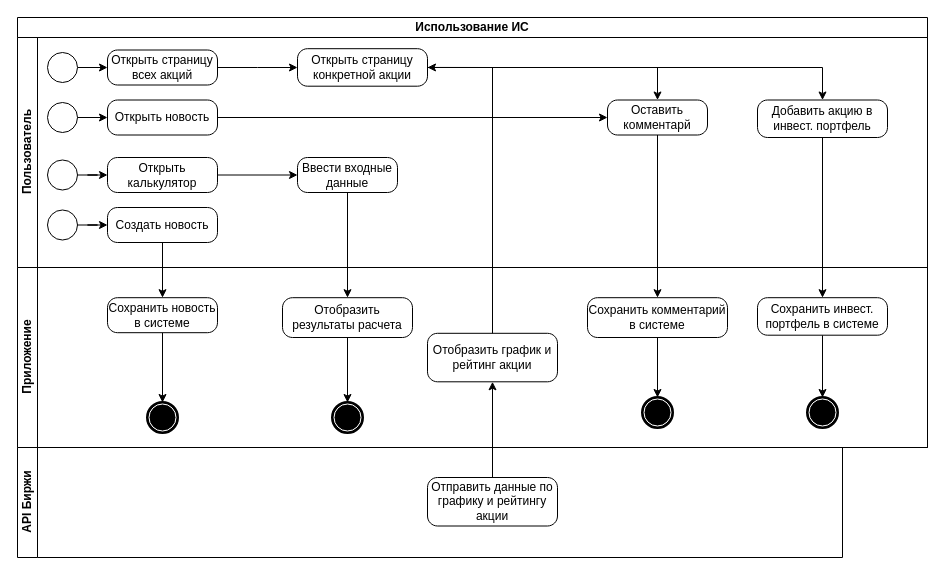
Above: BPMN.drawio in epsil0n66/ProjectMethodsSlanina (draw.io), before the change. Source tidied: cells renumbered, new cells numbered last; positions are measured from the earlier drawing's top-left corner, leaving out a move shared by most shapes. Both pictures are drawn from the tidied source at 100%, with x=0, y=0 at pixel (17, 17).
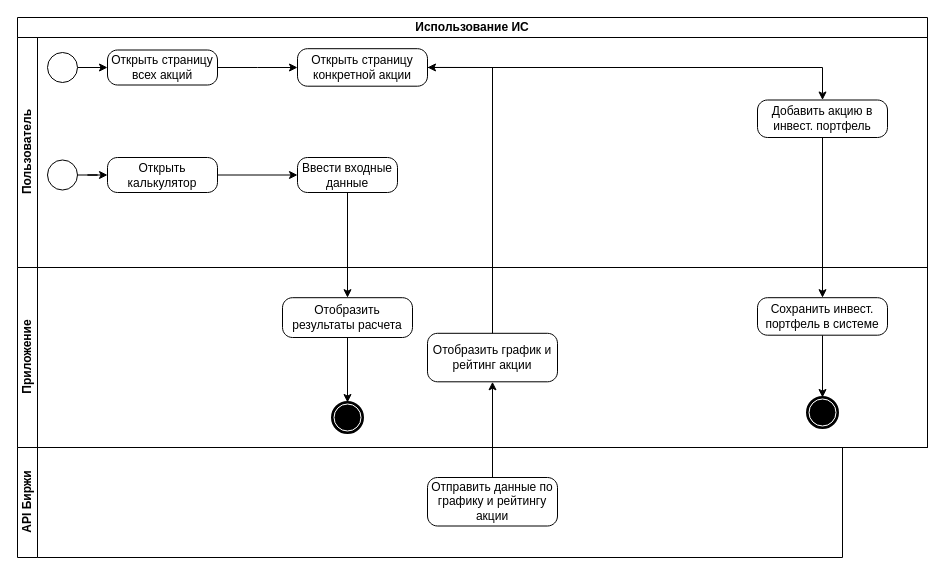
After the change.

The change refers to these unchanged cells:
```xml
<mxCell id="2" value="Использование ИС" style="swimlane;html=1;horizontal=1;startSize=20;whiteSpace=wrap;" parent="1" vertex="1">
  <mxGeometry width="910" height="430" as="geometry" />
</mxCell>
<mxCell id="3" value="Пользователь" style="swimlane;html=1;startSize=20;horizontal=0;" parent="2" vertex="1">
  <mxGeometry y="20" width="910" height="230" as="geometry" />
</mxCell>
<mxCell id="18" value="Открыть страницу конкретной акции" style="points=[[0.25,0,0],[0.5,0,0],[0.75,0,0],[1,0.25,0],[1,0.5,0],[1,0.75,0],[0.75,1,0],[0.5,1,0],[0.25,1,0],[0,0.75,0],[0,0.5,0],[0,0.25,0]];shape=mxgraph.bpmn.task;whiteSpace=wrap;rectStyle=rounded;size=10;html=1;taskMarker=abstract;" parent="3" vertex="1">
  <mxGeometry x="280" y="11.2" width="130" height="37.5" as="geometry" />
</mxCell>
<mxCell id="25" value="Приложение" style="swimlane;html=1;startSize=20;horizontal=0;" parent="2" vertex="1">
  <mxGeometry y="250" width="910" height="180" as="geometry" />
</mxCell>
```

Diff of the diagram source:
```diff
@@
-    <mxCell id="8" style="points=[[0.145,0.145,0],[0.5,0,0],[0.855,0.145,0],[1,0.5,0],[0.855,0.855,0],[0.5,1,0],[0.145,0.855,0],[0,0.5,0]];shape=mxgraph.bpmn.event;html=1;verticalLabelPosition=bottom;labelBackgroundColor=#ffffff;verticalAlign=top;align=center;perimeter=ellipsePerimeter;outlineConnect=0;outline=standard;symbol=general;" parent="3" vertex="1">
-      <mxGeometry x="30" y="65" width="30" height="30" as="geometry" />
-    </mxCell>
-    <mxCell id="9" style="edgeStyle=orthogonalEdgeStyle;rounded=0;jettySize=auto;html=1;" parent="3" edge="1" source="10" target="20">
-      <mxGeometry relative="1" as="geometry" />
-    </mxCell>
-    <mxCell id="10" value="Открыть новость" style="points=[[0.25,0,0],[0.5,0,0],[0.75,0,0],[1,0.25,0],[1,0.5,0],[1,0.75,0],[0.75,1,0],[0.5,1,0],[0.25,1,0],[0,0.75,0],[0,0.5,0],[0,0.25,0]];shape=mxgraph.bpmn.task;whiteSpace=wrap;rectStyle=rounded;size=10;html=1;taskMarker=abstract;" parent="3" vertex="1">
-      <mxGeometry x="90" y="62.5" width="110" height="35" as="geometry" />
-    </mxCell>
-    <mxCell id="11" style="edgeStyle=orthogonalEdgeStyle;rounded=0;jettySize=auto;html=1;entryX=0;entryY=0.5;entryDx=0;entryDy=0;entryPerimeter=0;" parent="3" edge="1" source="8" target="10">
-      <mxGeometry relative="1" as="geometry" />
-    </mxCell>
@@
-    <mxCell id="16" style="edgeStyle=orthogonalEdgeStyle;rounded=0;jettySize=auto;html=1;entryX=0.5;entryY=0;entryDx=0;entryDy=0;entryPerimeter=0;" parent="3" edge="1" source="18" target="20">
-      <mxGeometry relative="1" as="geometry" />
-    </mxCell>
@@
-    <mxCell id="20" value="Оставить комментарй" style="points=[[0.25,0,0],[0.5,0,0],[0.75,0,0],[1,0.25,0],[1,0.5,0],[1,0.75,0],[0.75,1,0],[0.5,1,0],[0.25,1,0],[0,0.75,0],[0,0.5,0],[0,0.25,0]];shape=mxgraph.bpmn.task;whiteSpace=wrap;rectStyle=rounded;size=10;html=1;taskMarker=abstract;" parent="3" vertex="1">
-      <mxGeometry x="590" y="62.5" width="100" height="35" as="geometry" />
-    </mxCell>
@@
-    <mxCell id="22" style="points=[[0.145,0.145,0],[0.5,0,0],[0.855,0.145,0],[1,0.5,0],[0.855,0.855,0],[0.5,1,0],[0.145,0.855,0],[0,0.5,0]];shape=mxgraph.bpmn.event;html=1;verticalLabelPosition=bottom;labelBackgroundColor=#ffffff;verticalAlign=top;align=center;perimeter=ellipsePerimeter;outlineConnect=0;outline=standard;symbol=general;" parent="3" vertex="1">
-      <mxGeometry x="30" y="172.5" width="30" height="30" as="geometry" />
-    </mxCell>
-    <mxCell id="23" value="Создать новость" style="points=[[0.25,0,0],[0.5,0,0],[0.75,0,0],[1,0.25,0],[1,0.5,0],[1,0.75,0],[0.75,1,0],[0.5,1,0],[0.25,1,0],[0,0.75,0],[0,0.5,0],[0,0.25,0]];shape=mxgraph.bpmn.task;whiteSpace=wrap;rectStyle=rounded;size=10;html=1;taskMarker=abstract;" parent="3" vertex="1">
-      <mxGeometry x="90" y="170" width="110" height="35" as="geometry" />
-    </mxCell>
-    <mxCell id="24" style="edgeStyle=orthogonalEdgeStyle;rounded=0;jettySize=auto;html=1;entryX=0;entryY=0.5;entryDx=0;entryDy=0;entryPerimeter=0;" parent="3" edge="1" source="22" target="23">
-      <mxGeometry relative="1" as="geometry" />
-    </mxCell>
@@
-    <mxCell id="30" style="edgeStyle=orthogonalEdgeStyle;rounded=0;jettySize=auto;html=1;" parent="25" edge="1" source="31" target="37">
-      <mxGeometry relative="1" as="geometry" />
-    </mxCell>
-    <mxCell id="31" value="Сохранить комментарий в системе" style="points=[[0.25,0,0],[0.5,0,0],[0.75,0,0],[1,0.25,0],[1,0.5,0],[1,0.75,0],[0.75,1,0],[0.5,1,0],[0.25,1,0],[0,0.75,0],[0,0.5,0],[0,0.25,0]];shape=mxgraph.bpmn.task;whiteSpace=wrap;rectStyle=rounded;size=10;html=1;taskMarker=abstract;" parent="25" vertex="1">
-      <mxGeometry x="570" y="30.2" width="140" height="39.8" as="geometry" />
-    </mxCell>
@@
-    <mxCell id="37" style="points=[[0.145,0.145,0],[0.5,0,0],[0.855,0.145,0],[1,0.5,0],[0.855,0.855,0],[0.5,1,0],[0.145,0.855,0],[0,0.5,0]];shape=mxgraph.bpmn.event;html=1;verticalLabelPosition=bottom;labelBackgroundColor=#ffffff;verticalAlign=top;align=center;perimeter=ellipsePerimeter;outlineConnect=0;outline=end;symbol=terminate;" parent="25" vertex="1">
-      <mxGeometry x="625" y="130" width="30" height="30" as="geometry" />
-    </mxCell>
@@
-    <mxCell id="39" style="edgeStyle=orthogonalEdgeStyle;rounded=0;jettySize=auto;html=1;" parent="25" edge="1" source="40" target="41">
-      <mxGeometry relative="1" as="geometry" />
-    </mxCell>
-    <mxCell id="40" value="Сохранить новость в системе" style="points=[[0.25,0,0],[0.5,0,0],[0.75,0,0],[1,0.25,0],[1,0.5,0],[1,0.75,0],[0.75,1,0],[0.5,1,0],[0.25,1,0],[0,0.75,0],[0,0.5,0],[0,0.25,0]];shape=mxgraph.bpmn.task;whiteSpace=wrap;rectStyle=rounded;size=10;html=1;taskMarker=abstract;" parent="25" vertex="1">
-      <mxGeometry x="90" y="30.2" width="110" height="35" as="geometry" />
-    </mxCell>
-    <mxCell id="41" style="points=[[0.145,0.145,0],[0.5,0,0],[0.855,0.145,0],[1,0.5,0],[0.855,0.855,0],[0.5,1,0],[0.145,0.855,0],[0,0.5,0]];shape=mxgraph.bpmn.event;html=1;verticalLabelPosition=bottom;labelBackgroundColor=#ffffff;verticalAlign=top;align=center;perimeter=ellipsePerimeter;outlineConnect=0;outline=end;symbol=terminate;" parent="25" vertex="1">
-      <mxGeometry x="130" y="135" width="30" height="30" as="geometry" />
-    </mxCell>
@@
-    <mxCell id="43" style="edgeStyle=orthogonalEdgeStyle;rounded=0;jettySize=auto;html=1;" parent="2" edge="1" source="20" target="31">
-      <mxGeometry relative="1" as="geometry" />
-    </mxCell>
@@
-    <mxCell id="46" style="edgeStyle=orthogonalEdgeStyle;rounded=0;jettySize=auto;html=1;" parent="2" edge="1" source="23" target="40">
-      <mxGeometry relative="1" as="geometry" />
-    </mxCell>
```
